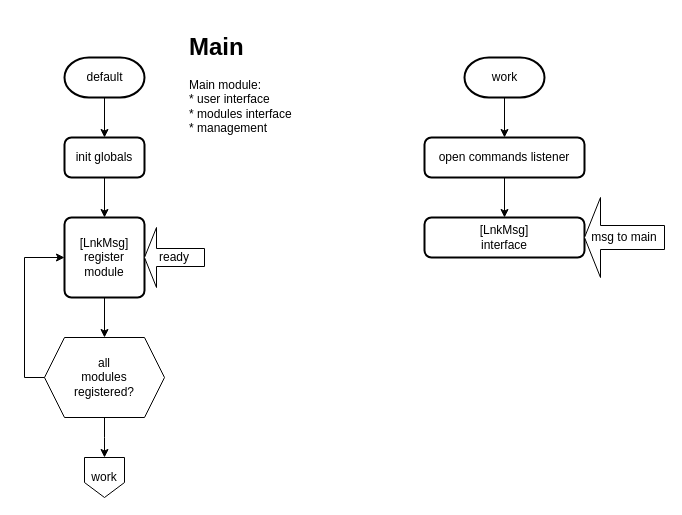
Earlier version of the draw.io diagram NaviSysLite3.drawio (ElweThor/FlowCharts). Source tidied: cells renumbered, new cells numbered last; positions are measured from the earlier drawing's top-left corner, leaving out a move shared by most shapes. Both pictures are drawn from the tidied source at 100%, with x=0, y=0 at pixel (44, 27).
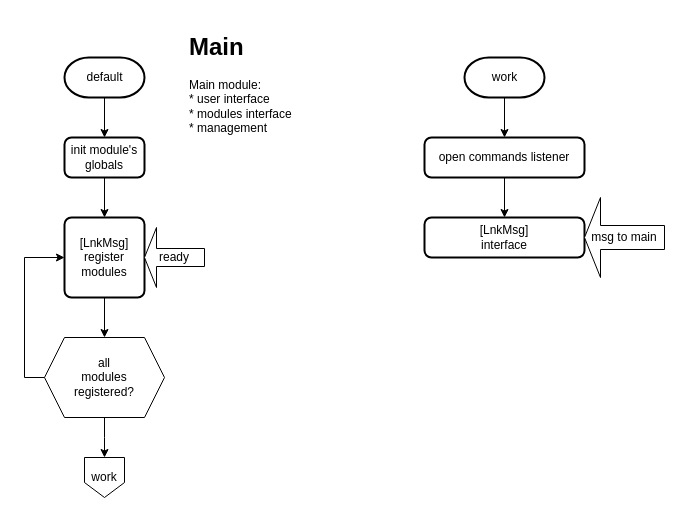
The same diagram, later.

The edit, as a diff of the source:
```diff
@@
-    <mxCell id="18" value="init globals" style="rounded=1;whiteSpace=wrap;html=1;absoluteArcSize=1;arcSize=14;strokeWidth=2;" parent="1" vertex="1">
+    <mxCell id="18" value="init module's globals" style="rounded=1;whiteSpace=wrap;html=1;absoluteArcSize=1;arcSize=14;strokeWidth=2;" parent="1" vertex="1">
       <mxGeometry x="20" y="110" width="80" height="40" as="geometry" />
     </mxCell>
-    <mxCell id="19" value="&lt;div&gt;[LnkMsg]&lt;/div&gt;&lt;div&gt;register module&lt;br&gt;&lt;/div&gt;" style="rounded=1;whiteSpace=wrap;html=1;absoluteArcSize=1;arcSize=14;strokeWidth=2;" parent="1" vertex="1">
+    <mxCell id="19" value="&lt;div&gt;[LnkMsg]&lt;/div&gt;&lt;div&gt;register modules&lt;br&gt;&lt;/div&gt;" style="rounded=1;whiteSpace=wrap;html=1;absoluteArcSize=1;arcSize=14;strokeWidth=2;" parent="1" vertex="1">
       <mxGeometry x="20" y="190" width="80" height="80" as="geometry" />
     </mxCell>
```
